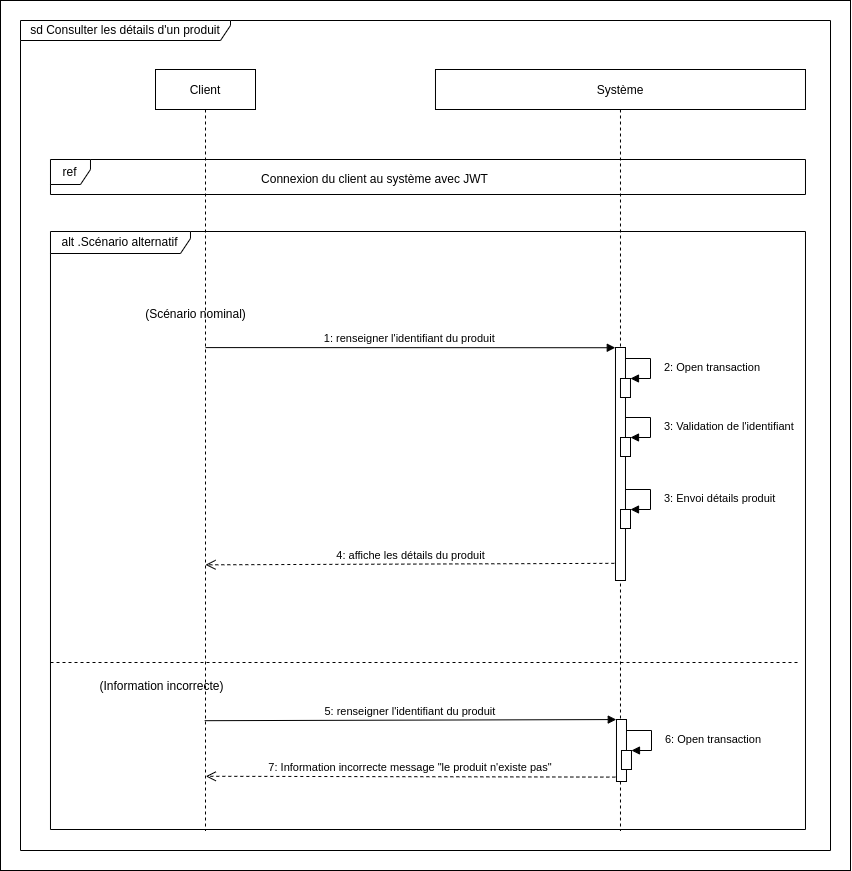
This is conception/Diagramme UML/Diag-séquences/Diag séq Consulter les details d'un produit.png from laurent-66/API-BileMo, a draw.io export, as it was before one commit. Source tidied: cells renumbered, new cells last; positions are measured from the earlier drawing's top-left corner, leaving out a move shared by most shapes.
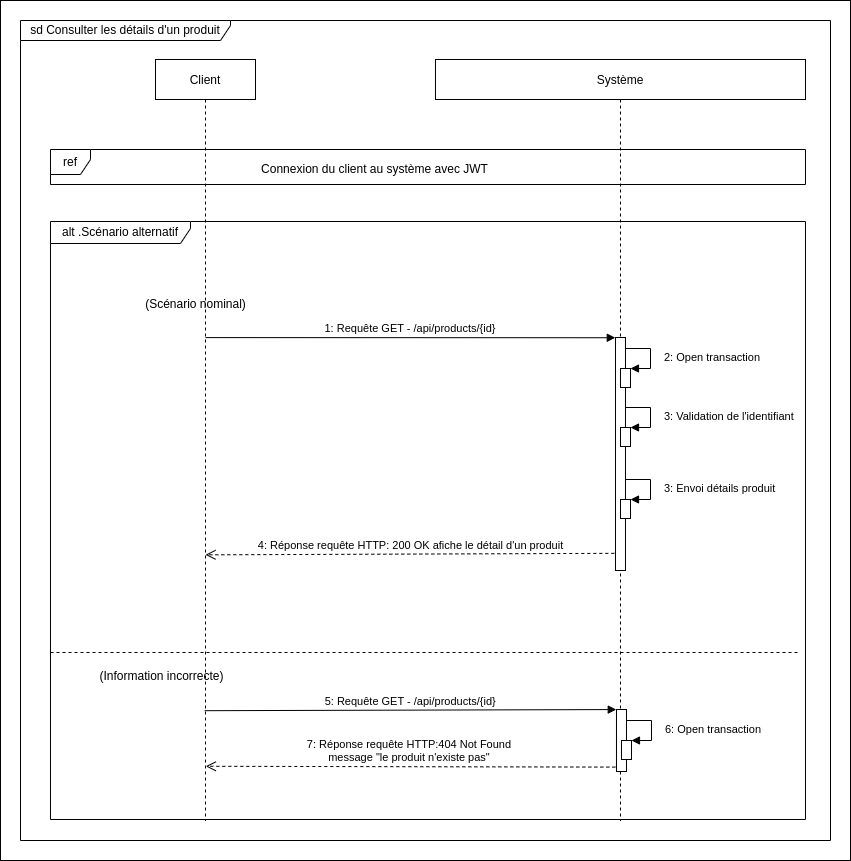
Above is the later version.

The edit, as a diff of the source:
```diff
@@ -3,7 +3,7 @@
     <mxCell id="0" />
     <mxCell id="1" parent="0" />
     <mxCell id="2" style="rounded=0;whiteSpace=wrap;html=1;" parent="1" vertex="1">
-      <mxGeometry width="850" height="870" as="geometry" />
+      <mxGeometry y="10" width="850" height="860" as="geometry" />
     </mxCell>
     <mxCell id="3" value="Client" style="shape=umlLifeline;perimeter=lifelinePerimeter;rounded=0;shadow=0;strokeWidth=1;" parent="1" vertex="1">
       <mxGeometry x="155" y="69" width="100" height="761" as="geometry" />
@@ -41,7 +41,7 @@
       <mxGeometry x="135" y="299" width="120" height="30" as="geometry" />
     </mxCell>
     <mxCell id="13" value="sd Consulter les détails d'un produit" style="shape=umlFrame;whiteSpace=wrap;html=1;width=210;height=20;" parent="1" vertex="1">
-      <mxGeometry x="20" y="20" width="810" height="830" as="geometry" />
+      <mxGeometry x="20" y="30" width="810" height="820" as="geometry" />
     </mxCell>
     <mxCell id="14" style="points=[];perimeter=orthogonalPerimeter;rounded=0;shadow=0;strokeWidth=1;" parent="1" vertex="1">
       <mxGeometry x="615" y="347" width="10" height="233" as="geometry" />
@@ -57,12 +57,12 @@
         </Array>
       </mxGeometry>
     </mxCell>
-    <mxCell id="17" value="1: renseigner l'identifiant du produit" style="verticalAlign=bottom;endArrow=block;shadow=0;strokeWidth=1;entryX=-0.02;entryY=0.001;entryDx=0;entryDy=0;entryPerimeter=0;" parent="1" edge="1" target="14">
+    <mxCell id="17" value="1: Requête GET - /api/products/{id}" style="verticalAlign=bottom;endArrow=block;shadow=0;strokeWidth=1;entryX=-0.02;entryY=0.001;entryDx=0;entryDy=0;entryPerimeter=0;" parent="1" edge="1" target="14">
       <mxGeometry relative="1" as="geometry">
         <mxPoint x="205" y="347.1" as="sourcePoint" />
       </mxGeometry>
     </mxCell>
-    <mxCell id="18" value="4: affiche les détails du produit" style="html=1;verticalAlign=bottom;endArrow=open;dashed=1;endSize=8;rounded=0;exitX=-0.115;exitY=0.929;exitDx=0;exitDy=0;exitPerimeter=0;" parent="1" edge="1">
+    <mxCell id="18" value="4: Réponse requête HTTP: 200 OK afiche le détail d'un produit" style="html=1;verticalAlign=bottom;endArrow=open;dashed=1;endSize=8;rounded=0;exitX=-0.115;exitY=0.929;exitDx=0;exitDy=0;exitPerimeter=0;" parent="1" edge="1">
       <mxGeometry relative="1" as="geometry">
         <mxPoint x="613.8" y="562.8" as="sourcePoint" />
         <mxPoint x="205" y="564.3" as="targetPoint" />
@@ -80,12 +80,12 @@
         </Array>
       </mxGeometry>
     </mxCell>
-    <mxCell id="21" value="7: Information incorrecte message &quot;le produit n'existe pas&quot;&amp;nbsp;" style="html=1;verticalAlign=bottom;endArrow=open;dashed=1;endSize=8;rounded=0;exitX=-0.115;exitY=0.929;exitDx=0;exitDy=0;exitPerimeter=0;entryX=0.503;entryY=0.908;entryDx=0;entryDy=0;entryPerimeter=0;" parent="1" edge="1" source="9">
+    <mxCell id="21" value="7: Réponse requête HTTP:404 Not Found &lt;br&gt;message &quot;le produit n'existe pas&quot;&amp;nbsp;" style="html=1;verticalAlign=bottom;endArrow=open;dashed=1;endSize=8;rounded=0;exitX=-0.115;exitY=0.929;exitDx=0;exitDy=0;exitPerimeter=0;entryX=0.503;entryY=0.908;entryDx=0;entryDy=0;entryPerimeter=0;" parent="1" edge="1" source="9">
       <mxGeometry relative="1" as="geometry">
         <mxPoint x="205.3" y="775.8" as="targetPoint" />
       </mxGeometry>
     </mxCell>
-    <mxCell id="22" value="5: renseigner l'identifiant du produit" style="verticalAlign=bottom;endArrow=block;shadow=0;strokeWidth=1;entryX=-0.02;entryY=0.001;entryDx=0;entryDy=0;entryPerimeter=0;exitX=0.492;exitY=0.817;exitDx=0;exitDy=0;exitPerimeter=0;" parent="1" edge="1" target="9">
+    <mxCell id="22" value="5: Requête GET - /api/products/{id}" style="verticalAlign=bottom;endArrow=block;shadow=0;strokeWidth=1;entryX=-0.02;entryY=0.001;entryDx=0;entryDy=0;entryPerimeter=0;exitX=0.492;exitY=0.817;exitDx=0;exitDy=0;exitPerimeter=0;" parent="1" edge="1" target="9">
       <mxGeometry relative="1" as="geometry">
         <mxPoint x="204.2" y="720.2" as="sourcePoint" />
       </mxGeometry>
```
